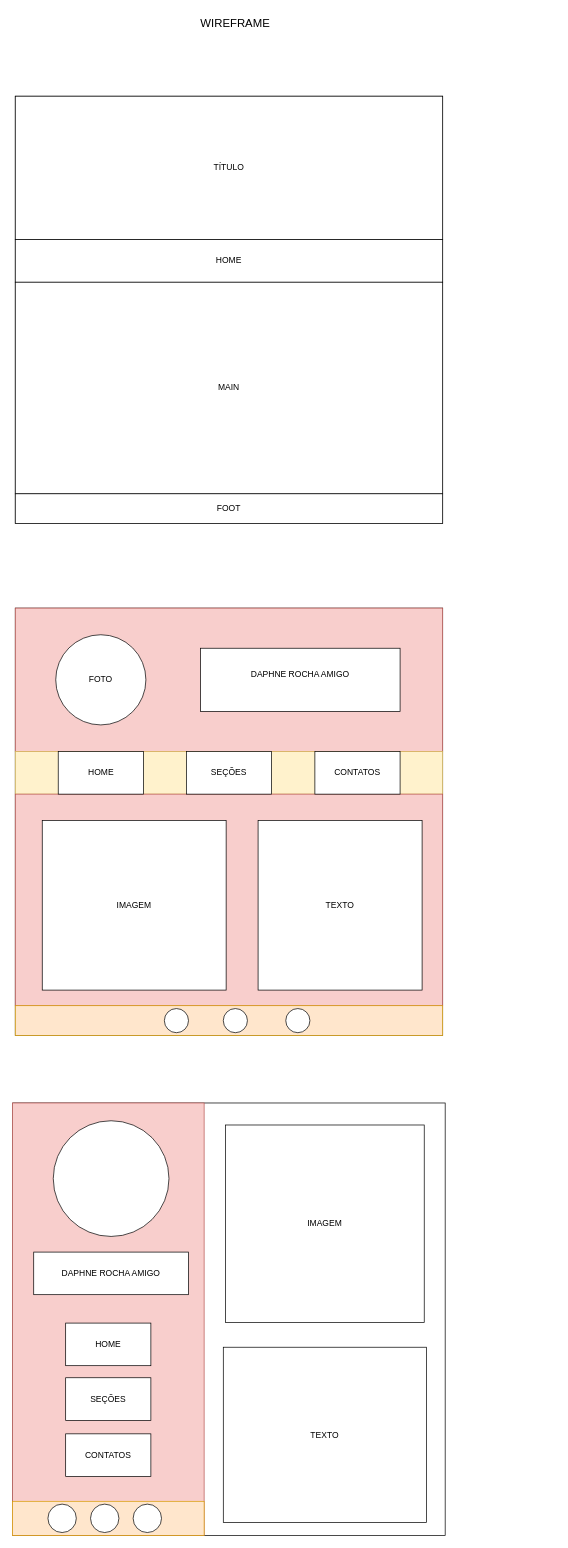
Earlier version of the draw.io diagram Wireframes/Wireframe - Currículo Virtual.drawio (DaphRz/curriculovirtual). Source tidied: cells renumbered, new cells numbered last; positions are measured from the earlier drawing's top-left corner, leaving out a move shared by most shapes. Both pictures are drawn from the tidied source at 71%, with x=0, y=0 at pixel (12, 12).
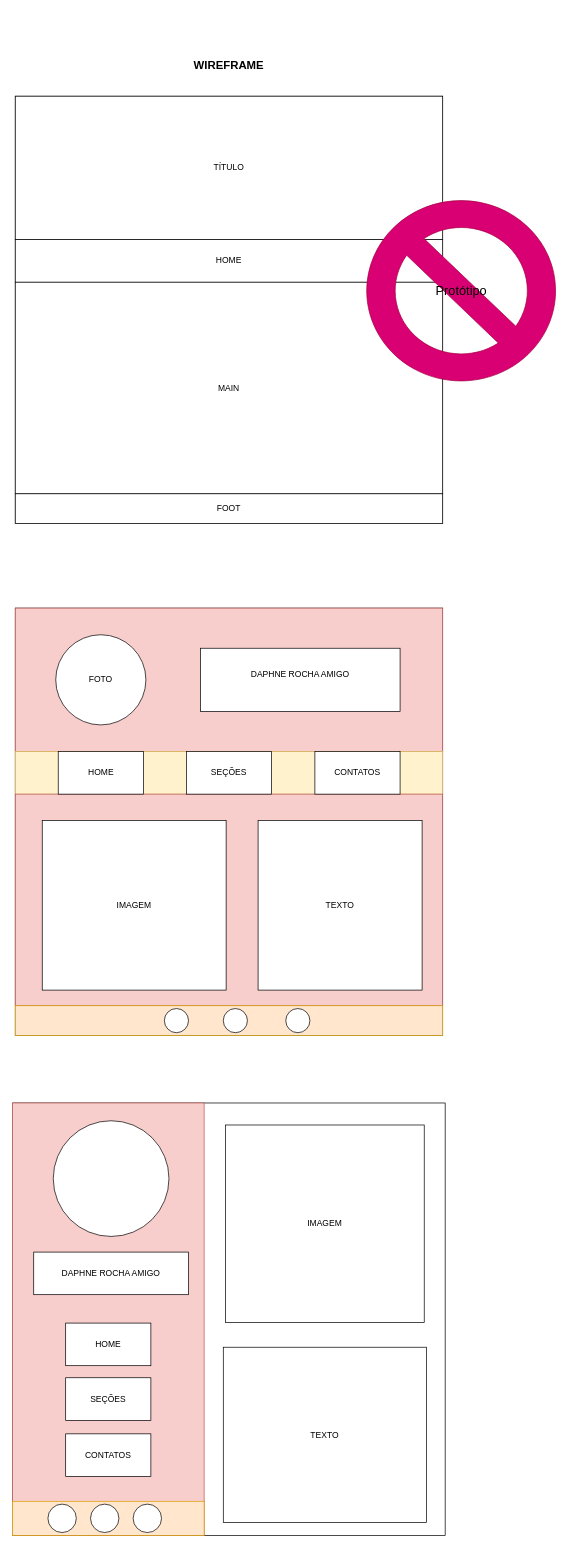
The same page after the edit.

The edit, as a diff of the source:
```diff
@@
-    <mxCell id="35" value="WIREFRAME" style="text;strokeColor=none;fillColor=none;html=1;align=center;verticalAlign=middle;whiteSpace=wrap;rounded=0;fontSize=16;" parent="1" vertex="1">
-      <mxGeometry x="284" width="60" height="30" as="geometry" />
+    <mxCell id="35" value="&lt;b&gt;WIREFRAME&lt;/b&gt;" style="text;strokeColor=none;fillColor=none;html=1;align=center;verticalAlign=middle;whiteSpace=wrap;rounded=0;fontSize=16;" parent="1" vertex="1">
+      <mxGeometry x="275" y="59" width="60" height="30" as="geometry" />
     </mxCell>
+    <mxCell id="36" style="verticalLabelPosition=bottom;verticalAlign=top;html=1;shape=mxgraph.basic.no_symbol;fillColor=#d80073;strokeColor=#A50040;fontColor=#ffffff;" parent="1" vertex="1">
+      <mxGeometry x="499" y="265" width="266" height="254" as="geometry" />
+    </mxCell>
+    <mxCell id="37" value="&lt;font style=&quot;font-size: 18px;&quot;&gt;Protótipo&lt;/font&gt;" style="text;html=1;align=center;verticalAlign=middle;whiteSpace=wrap;rounded=0;fillColor=none;" parent="1" vertex="1">
+      <mxGeometry x="597.5" y="377" width="69" height="30" as="geometry" />
+    </mxCell>
```
